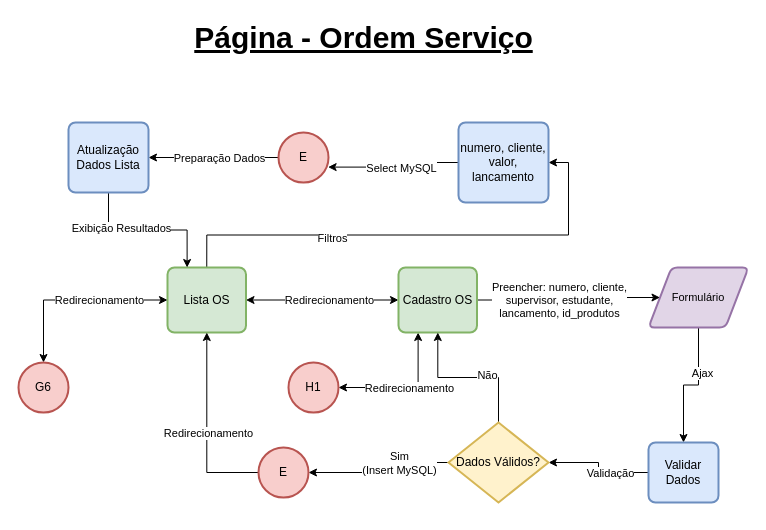
CSFelix/UML keeps this draw.io diagram as page "Flow - Ordem de Serviço" (14 of 17) of APS-FLOW.drawio. Above is the earlier version. Source tidied: cells renumbered, new cells numbered last; positions are measured from the earlier drawing's top-left corner, leaving out a move shared by most shapes. Both pictures are drawn from the tidied source at 100%, with x=0, y=0 at pixel (18, 17).
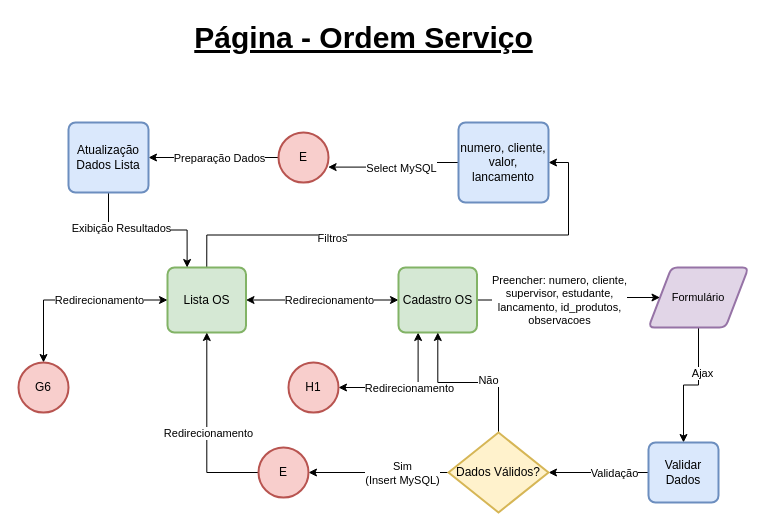
After the change.

The change refers to these unchanged cells:
```xml
<mxCell id="14" style="edgeStyle=orthogonalEdgeStyle;rounded=0;jettySize=auto;html=1;startArrow=none;startFill=0;" parent="1" edge="1" source="18" target="13">
  <mxGeometry relative="1" as="geometry" />
</mxCell>
```

Change to the diagram source:
```diff
@@
-    <mxCell id="15" value="Preencher: numero, cliente,&lt;br&gt;supervisor, estudante,&lt;br&gt;lancamento, id_produtos" style="edgeLabel;html=1;align=center;verticalAlign=middle;" parent="14" vertex="1">
+    <mxCell id="15" value="Preencher: numero, cliente,&lt;br&gt;supervisor, estudante,&lt;br&gt;lancamento, id_produtos,&lt;br&gt;observacoes" style="edgeLabel;html=1;align=center;verticalAlign=middle;" parent="14" vertex="1">
       <mxGeometry x="-0.28" y="1" relative="1" as="geometry">
         <mxPoint x="14.5" y="1" as="offset" />
       </mxGeometry>
     </mxCell>
@@
     <mxCell id="32" value="Dados Válidos?" style="strokeWidth=2;html=1;shape=mxgraph.flowchart.decision;whiteSpace=wrap;fillColor=#fff2cc;strokeColor=#d6b656;" parent="1" vertex="1">
-      <mxGeometry x="430" y="405" width="100" height="80" as="geometry" />
+      <mxGeometry x="430" y="415" width="100" height="80" as="geometry" />
     </mxCell>
```
